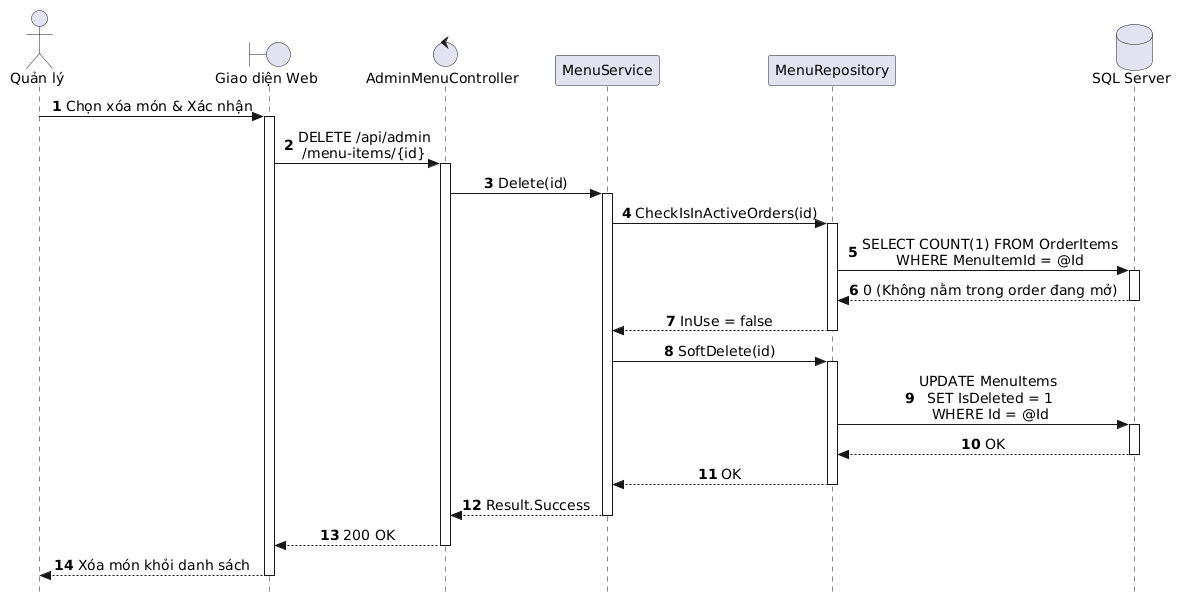
The PlantUML diagram out/docs/puml/sequences/SD_UC_A1_4_Delete_MenuItem/SD_UC_A1_4_Delete_MenuItem.png in AndrewQng/VinDining, before a commit. Its diagram source:
```plantuml
@startuml
autonumber
skinparam style strictuml
skinparam sequenceMessageAlign center
skinparam responseMessageBelowArrow true
skinparam defaultFontName "Segoe UI", Arial, sans-serif
skinparam defaultFontSize 14

actor "Quản lý" as Manager
boundary "Giao diện Web" as UI
control "AdminMenuController" as Controller
participant "MenuService" as Service
participant "MenuRepository" as Repo
database "SQL Server" as DB

Manager -> UI: Chọn xóa món & Xác nhận
activate UI

UI -> Controller: DELETE /api/admin\n/menu-items/{id}
activate Controller

Controller -> Service: Delete(id)
activate Service

Service -> Repo: CheckIsInActiveOrders(id)
activate Repo
Repo -> DB: SELECT COUNT(1) FROM OrderItems\nWHERE MenuItemId = @Id
activate DB
DB --> Repo: 0 (Không nằm trong order đang mở)
deactivate DB
Repo --> Service: InUse = false
deactivate Repo

Service -> Repo: SoftDelete(id)
activate Repo

Repo -> DB: UPDATE MenuItems \nSET IsDeleted = 1\nWHERE Id = @Id
activate DB
DB --> Repo: OK
deactivate DB

Repo --> Service: OK
deactivate Repo

Service --> Controller: Result.Success
deactivate Service

Controller --> UI: 200 OK
deactivate Controller

UI --> Manager: Xóa món khỏi danh sách
deactivate UI
@enduml
```
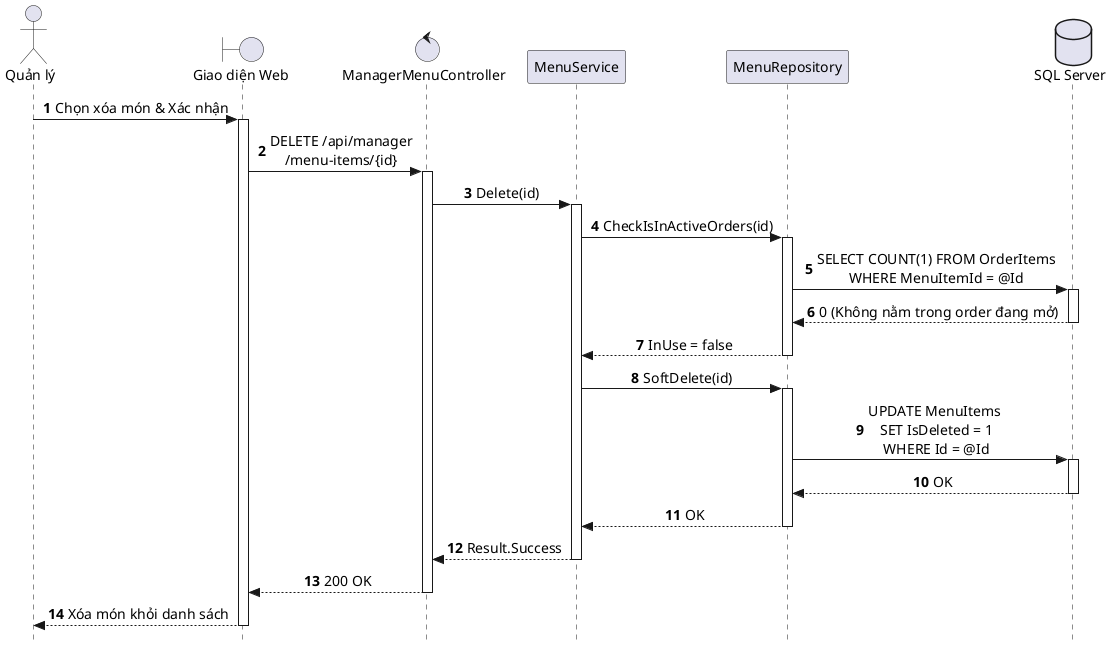
The same diagram one commit later.

Change to the diagram source:
```diff
@@ -1,4 +1,4 @@
-@startuml
+@startuml SD_UC_A1_4_Delete_MenuItem
 autonumber
 skinparam style strictuml
 skinparam sequenceMessageAlign center
@@ -8,7 +8,7 @@
 
 actor "Quản lý" as Manager
 boundary "Giao diện Web" as UI
-control "AdminMenuController" as Controller
+control "ManagerMenuController" as Controller
 participant "MenuService" as Service
 participant "MenuRepository" as Repo
 database "SQL Server" as DB
@@ -16,7 +16,7 @@
 Manager -> UI: Chọn xóa món & Xác nhận
 activate UI
 
-UI -> Controller: DELETE /api/admin\n/menu-items/{id}
+UI -> Controller: DELETE /api/manager\n/menu-items/{id}
 activate Controller
 
 Controller -> Service: Delete(id)
@@ -50,4 +50,5 @@
 
 UI --> Manager: Xóa món khỏi danh sách
 deactivate UI
+
 @enduml
```
